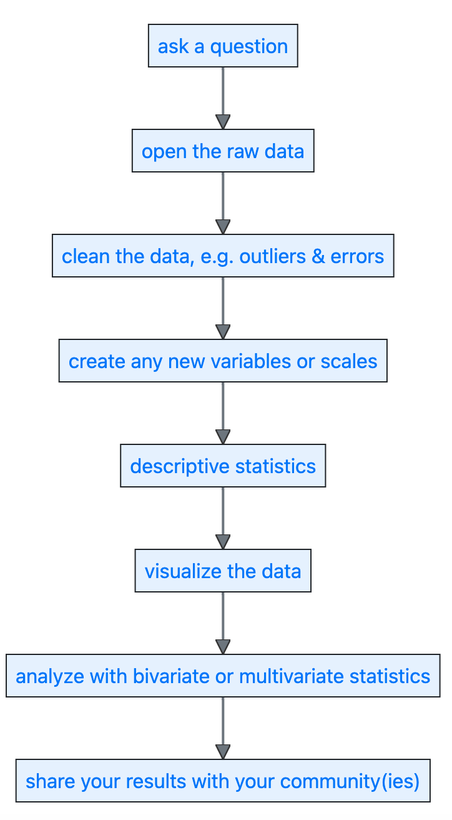
This is workflow.png from agrogan1/multilevel-multilingual, a Mermaid export, as it was before one commit. Its source is kept beside it as workflow.mmd. The source it was exported from:
```mermaid
flowchart TB

ask[ask a question]-->open

open[open the raw data]-->clean

clean[clean the data, e.g. outliers & errors]-->wrangle

wrangle[create any new variables or scales]-->descriptives

descriptives[descriptive statistics]-->visualize

visualize[visualize the data]-->analyze

analyze[analyze with bivariate or multivariate statistics]-->share["share your results with your community(ies)"]
```
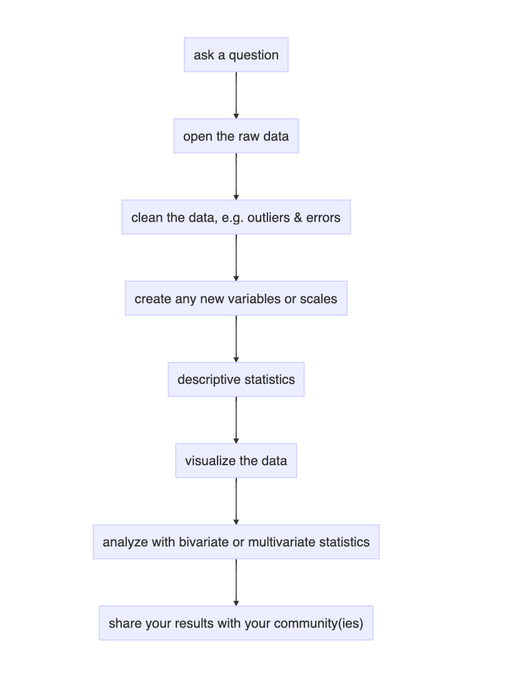
The same diagram one commit later.

Commit message:
updates (graph works; flowchart doesn't)

The edit, as a diff of the source:
```diff
@@ -1,4 +1,4 @@
-flowchart TB
+graph TB
 
 ask[ask a question]-->open
 
```
